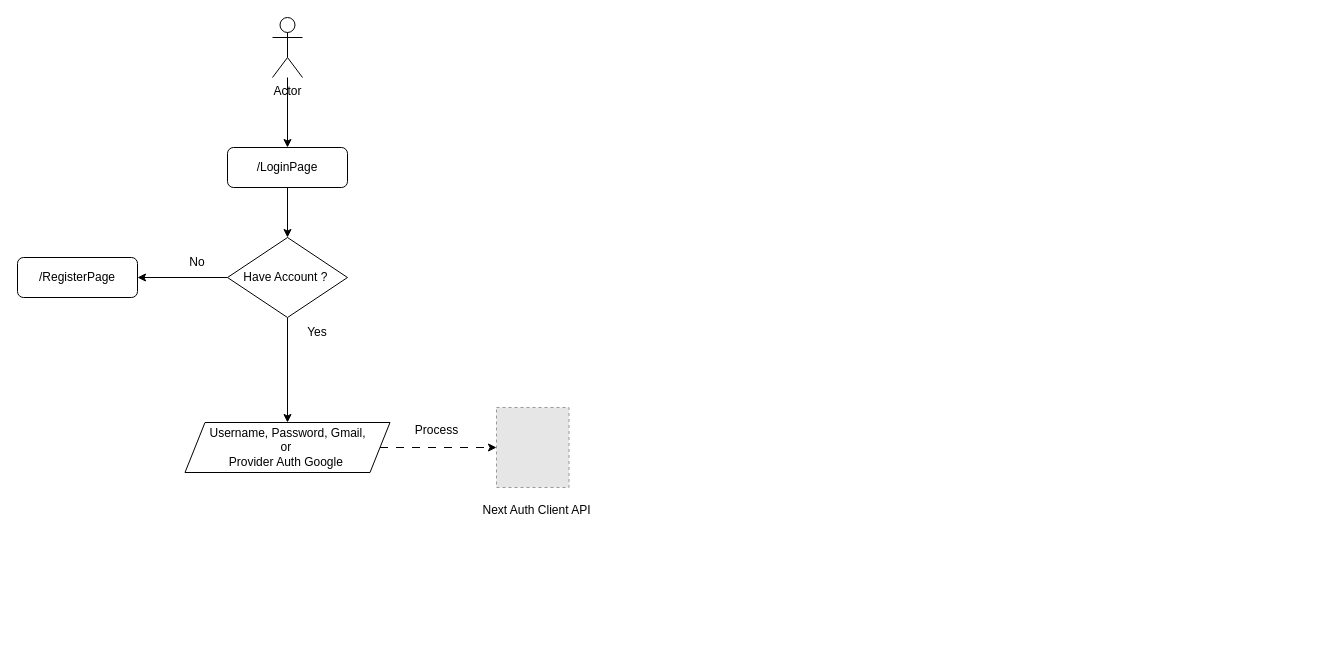
azzaky9/PKM-SOFTWARE-KC-24 keeps this draw.io diagram as PKM-KC.drawio. Above is the earlier version. Source tidied: cells renumbered, new cells numbered last; positions are measured from the earlier drawing's top-left corner, leaving out a move shared by most shapes. Both pictures are drawn from the tidied source at 100%, with x=0, y=0 at pixel (17, 17). Pictures stored in the file or linked from it are replaced by grey dashed boxes.
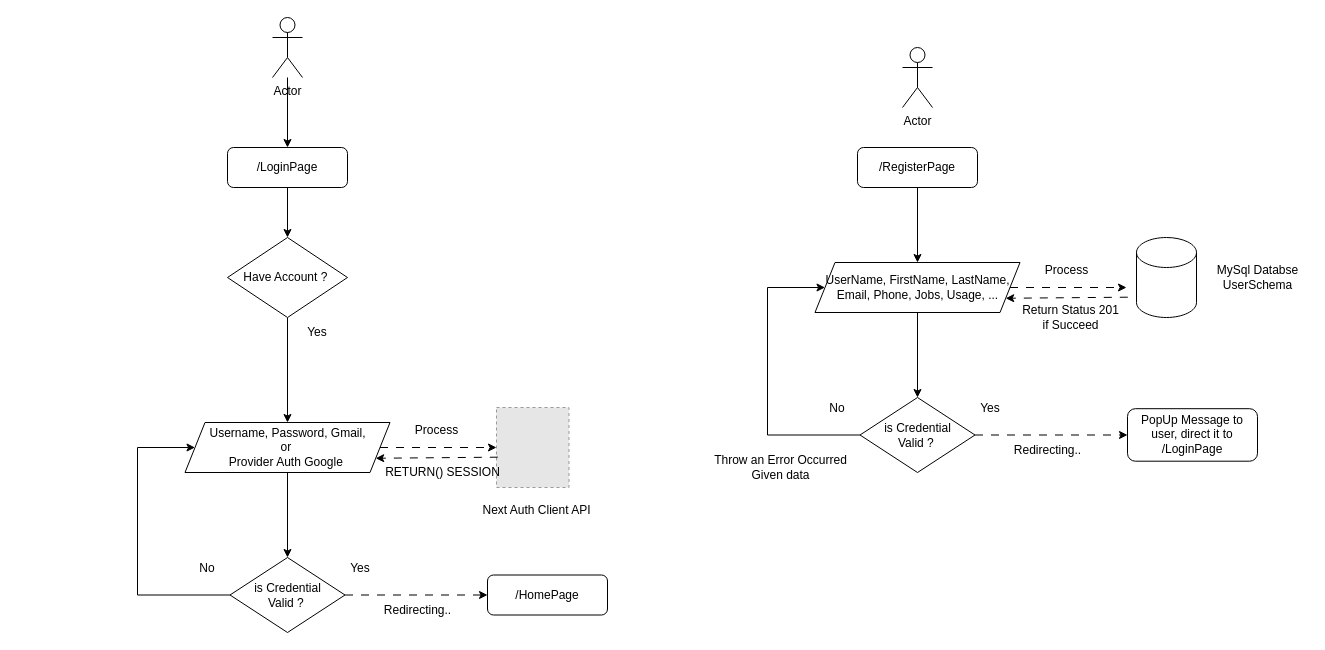
Above is the later version.

Unchanged cells that the change refers to:
```xml
<mxCell id="8" value="Have Account ?&amp;nbsp;" style="rhombus;whiteSpace=wrap;html=1;" parent="1" vertex="1">
  <mxGeometry x="210" y="220" width="120" height="80" as="geometry" />
</mxCell>
<mxCell id="13" value="Username, Password, Gmail,&lt;br&gt;or&amp;nbsp;&lt;br&gt;Provider Auth Google&amp;nbsp;" style="shape=parallelogram;perimeter=parallelogramPerimeter;whiteSpace=wrap;html=1;fixedSize=1;" parent="1" vertex="1">
  <mxGeometry x="167.5" y="405" width="205" height="50" as="geometry" />
</mxCell>
<mxCell id="14" style="fillColor=#E6E6E6;strokeColor=#999999;dashed=1;verticalLabelPosition=bottom;labelBackgroundColor=default;verticalAlign=top;" parent="1" vertex="1">
  <mxGeometry x="479" y="390" width="72.5" height="80" as="geometry" />
</mxCell>
```

The edit, as a diff of the source:
```diff
@@
-    <mxCell id="6" style="edgeStyle=orthogonalEdgeStyle;rounded=0;jettySize=auto;html=1;entryX=1;entryY=0.5;entryDx=0;entryDy=0;" parent="1" edge="1" source="8" target="10">
-      <mxGeometry relative="1" as="geometry" />
-    </mxCell>
@@
-    <mxCell id="9" value="No" style="text;html=1;strokeColor=none;fillColor=none;align=center;verticalAlign=middle;whiteSpace=wrap;rounded=0;" parent="1" vertex="1">
-      <mxGeometry x="150" y="230" width="60" height="30" as="geometry" />
-    </mxCell>
-    <mxCell id="10" value="/RegisterPage" style="rounded=1;whiteSpace=wrap;html=1;" parent="1" vertex="1">
-      <mxGeometry y="240" width="120" height="40" as="geometry" />
-    </mxCell>
@@
+    <mxCell id="17" style="edgeStyle=orthogonalEdgeStyle;rounded=0;jettySize=auto;html=1;entryX=0.5;entryY=0;entryDx=0;entryDy=0;" parent="1" edge="1" source="13" target="22">
+      <mxGeometry relative="1" as="geometry" />
+    </mxCell>
@@
+    <mxCell id="18" style="endArrow=classic;html=1;rounded=0;exitX=0.018;exitY=0.621;exitDx=0;exitDy=0;entryX=1;entryY=0.75;entryDx=0;entryDy=0;exitPerimeter=0;dashed=1;dashPattern=8 8;" parent="1" edge="1" source="14" target="13">
+      <mxGeometry relative="1" as="geometry" />
+    </mxCell>
+    <mxCell id="19" value="RETURN() SESSION" style="text;html=1;align=center;verticalAlign=middle;strokeColor=none;fillColor=none;" parent="1" vertex="1">
+      <mxGeometry x="355" y="440" width="140" height="30" as="geometry" />
+    </mxCell>
+    <mxCell id="20" style="edgeStyle=orthogonalEdgeStyle;rounded=0;jettySize=auto;html=1;dashed=1;dashPattern=8 8;" parent="1" edge="1" source="22" target="24">
+      <mxGeometry relative="1" as="geometry" />
+    </mxCell>
+    <mxCell id="21" style="edgeStyle=elbowEdgeStyle;rounded=0;jettySize=auto;html=1;entryX=0;entryY=0.5;entryDx=0;entryDy=0;" parent="1" edge="1" source="22" target="13">
+      <mxGeometry relative="1" as="geometry">
+        <Array as="points">
+          <mxPoint x="120" y="500" />
+        </Array>
+      </mxGeometry>
+    </mxCell>
+    <mxCell id="22" value="is Credential &lt;br&gt;Valid ?&amp;nbsp;" style="rhombus;whiteSpace=wrap;html=1;" parent="1" vertex="1">
+      <mxGeometry x="212.5" y="540" width="115" height="75" as="geometry" />
+    </mxCell>
+    <mxCell id="23" value="Yes" style="text;html=1;strokeColor=none;fillColor=none;align=center;verticalAlign=middle;whiteSpace=wrap;rounded=0;" parent="1" vertex="1">
+      <mxGeometry x="312.5" y="536" width="60" height="30" as="geometry" />
+    </mxCell>
+    <mxCell id="24" value="/HomePage" style="rounded=1;whiteSpace=wrap;html=1;" parent="1" vertex="1">
+      <mxGeometry x="470" y="557.5" width="120" height="40" as="geometry" />
+    </mxCell>
+    <mxCell id="25" value="Redirecting.." style="text;html=1;align=center;verticalAlign=middle;strokeColor=none;fillColor=none;" parent="1" vertex="1">
+      <mxGeometry x="355" y="578" width="90" height="30" as="geometry" />
+    </mxCell>
+    <mxCell id="26" value="No" style="text;html=1;strokeColor=none;fillColor=none;align=center;verticalAlign=middle;whiteSpace=wrap;rounded=0;" parent="1" vertex="1">
+      <mxGeometry x="160" y="536" width="60" height="30" as="geometry" />
+    </mxCell>
+    <mxCell id="27" value="Actor" style="shape=umlActor;verticalLabelPosition=bottom;verticalAlign=top;html=1;" parent="1" vertex="1">
+      <mxGeometry x="885" y="30" width="30" height="60" as="geometry" />
+    </mxCell>
+    <mxCell id="28" style="edgeStyle=orthogonalEdgeStyle;rounded=0;jettySize=auto;html=1;entryX=0.5;entryY=0;entryDx=0;entryDy=0;" parent="1" edge="1" source="10" target="31">
+      <mxGeometry relative="1" as="geometry" />
+    </mxCell>
+    <mxCell id="10" value="/RegisterPage" style="rounded=1;whiteSpace=wrap;html=1;fontSize=12;glass=0;strokeWidth=1;shadow=0;" parent="1" vertex="1">
+      <mxGeometry x="840" y="130" width="120" height="40" as="geometry" />
+    </mxCell>
+    <mxCell id="29" style="edgeStyle=orthogonalEdgeStyle;rounded=0;jettySize=auto;html=1;dashed=1;dashPattern=8 8;" parent="1" edge="1" source="31">
+      <mxGeometry relative="1" as="geometry">
+        <mxPoint x="1109" y="270" as="targetPoint" />
+      </mxGeometry>
+    </mxCell>
+    <mxCell id="30" style="edgeStyle=orthogonalEdgeStyle;rounded=0;jettySize=auto;html=1;entryX=0.5;entryY=0;entryDx=0;entryDy=0;" parent="1" edge="1" source="31" target="38">
+      <mxGeometry relative="1" as="geometry" />
+    </mxCell>
+    <mxCell id="31" value="UserName, FirstName, LastName, Email, Phone, Jobs, Usage, ..." style="shape=parallelogram;perimeter=parallelogramPerimeter;whiteSpace=wrap;html=1;fixedSize=1;" parent="1" vertex="1">
+      <mxGeometry x="797.5" y="245" width="205" height="50" as="geometry" />
+    </mxCell>
+    <mxCell id="32" value="MySql Databse &lt;br&gt;UserSchema" style="text;html=1;align=center;verticalAlign=middle;strokeColor=none;fillColor=none;" parent="1" vertex="1">
+      <mxGeometry x="1190" y="240" width="100" height="40" as="geometry" />
+    </mxCell>
+    <mxCell id="33" value="Process" style="text;html=1;align=center;verticalAlign=middle;strokeColor=none;fillColor=none;" parent="1" vertex="1">
+      <mxGeometry x="1014" y="238" width="70" height="30" as="geometry" />
+    </mxCell>
+    <mxCell id="34" style="endArrow=classic;html=1;rounded=0;exitX=0.018;exitY=0.621;exitDx=0;exitDy=0;entryX=1;entryY=0.75;entryDx=0;entryDy=0;exitPerimeter=0;dashed=1;dashPattern=8 8;" parent="1" edge="1" target="31">
+      <mxGeometry relative="1" as="geometry">
+        <mxPoint x="1110.3" y="279.7" as="sourcePoint" />
+      </mxGeometry>
+    </mxCell>
+    <mxCell id="35" value="Return Status 201 &lt;br&gt;if Succeed" style="text;html=1;align=center;verticalAlign=middle;strokeColor=none;fillColor=none;" parent="1" vertex="1">
+      <mxGeometry x="993" y="280" width="120" height="40" as="geometry" />
+    </mxCell>
+    <mxCell id="36" style="edgeStyle=orthogonalEdgeStyle;rounded=0;jettySize=auto;html=1;dashed=1;dashPattern=8 8;" parent="1" edge="1" source="38" target="40">
+      <mxGeometry relative="1" as="geometry" />
+    </mxCell>
+    <mxCell id="37" style="edgeStyle=elbowEdgeStyle;rounded=0;jettySize=auto;html=1;entryX=0;entryY=0.5;entryDx=0;entryDy=0;" parent="1" edge="1" source="38" target="31">
+      <mxGeometry relative="1" as="geometry">
+        <Array as="points">
+          <mxPoint x="750" y="340" />
+        </Array>
+      </mxGeometry>
+    </mxCell>
+    <mxCell id="38" value="is Credential &lt;br&gt;Valid ?&amp;nbsp;" style="rhombus;whiteSpace=wrap;html=1;" parent="1" vertex="1">
+      <mxGeometry x="842.5" y="380" width="115" height="75" as="geometry" />
+    </mxCell>
+    <mxCell id="39" value="Yes" style="text;html=1;strokeColor=none;fillColor=none;align=center;verticalAlign=middle;whiteSpace=wrap;rounded=0;" parent="1" vertex="1">
+      <mxGeometry x="942.5" y="376" width="60" height="30" as="geometry" />
+    </mxCell>
+    <mxCell id="40" value="PopUp Message to user, direct it to /LoginPage" style="rounded=1;whiteSpace=wrap;html=1;" parent="1" vertex="1">
+      <mxGeometry x="1110" y="391.2" width="130" height="52.5" as="geometry" />
+    </mxCell>
+    <mxCell id="41" value="Redirecting.." style="text;html=1;align=center;verticalAlign=middle;strokeColor=none;fillColor=none;" parent="1" vertex="1">
+      <mxGeometry x="985" y="418" width="90" height="30" as="geometry" />
+    </mxCell>
+    <mxCell id="42" value="No" style="text;html=1;strokeColor=none;fillColor=none;align=center;verticalAlign=middle;whiteSpace=wrap;rounded=0;" parent="1" vertex="1">
+      <mxGeometry x="790" y="376" width="60" height="30" as="geometry" />
+    </mxCell>
+    <mxCell id="43" style="shape=cylinder3;whiteSpace=wrap;html=1;boundedLbl=1;backgroundOutline=1;size=15;" parent="1" vertex="1">
+      <mxGeometry x="1119" y="220" width="60" height="80" as="geometry" />
+    </mxCell>
+    <mxCell id="44" value="Throw an Error Occurred &lt;br&gt;Given data" style="text;html=1;align=center;verticalAlign=middle;strokeColor=none;fillColor=none;" parent="1" vertex="1">
+      <mxGeometry x="682.5" y="430" width="160" height="40" as="geometry" />
+    </mxCell>
```
